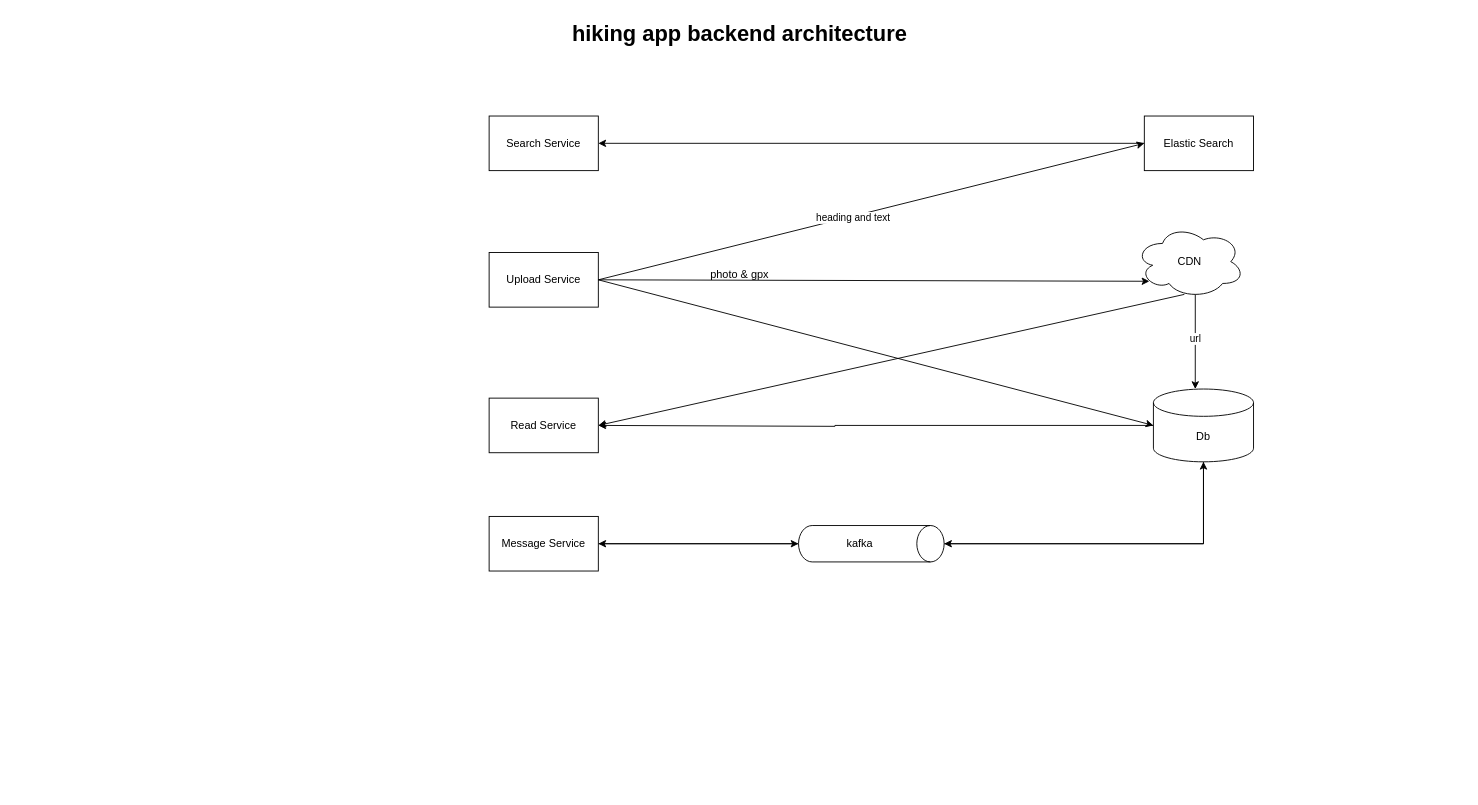
This is hiking_app.drawio from OneBucket/PumaAtLarge, a draw.io file, before an edit. Source tidied: cells renumbered, new cells numbered last; positions are measured from the earlier drawing's top-left corner, leaving out a move shared by most shapes. Both pictures are drawn from the tidied source at 91%, with x=0, y=0 at pixel (15, 15).
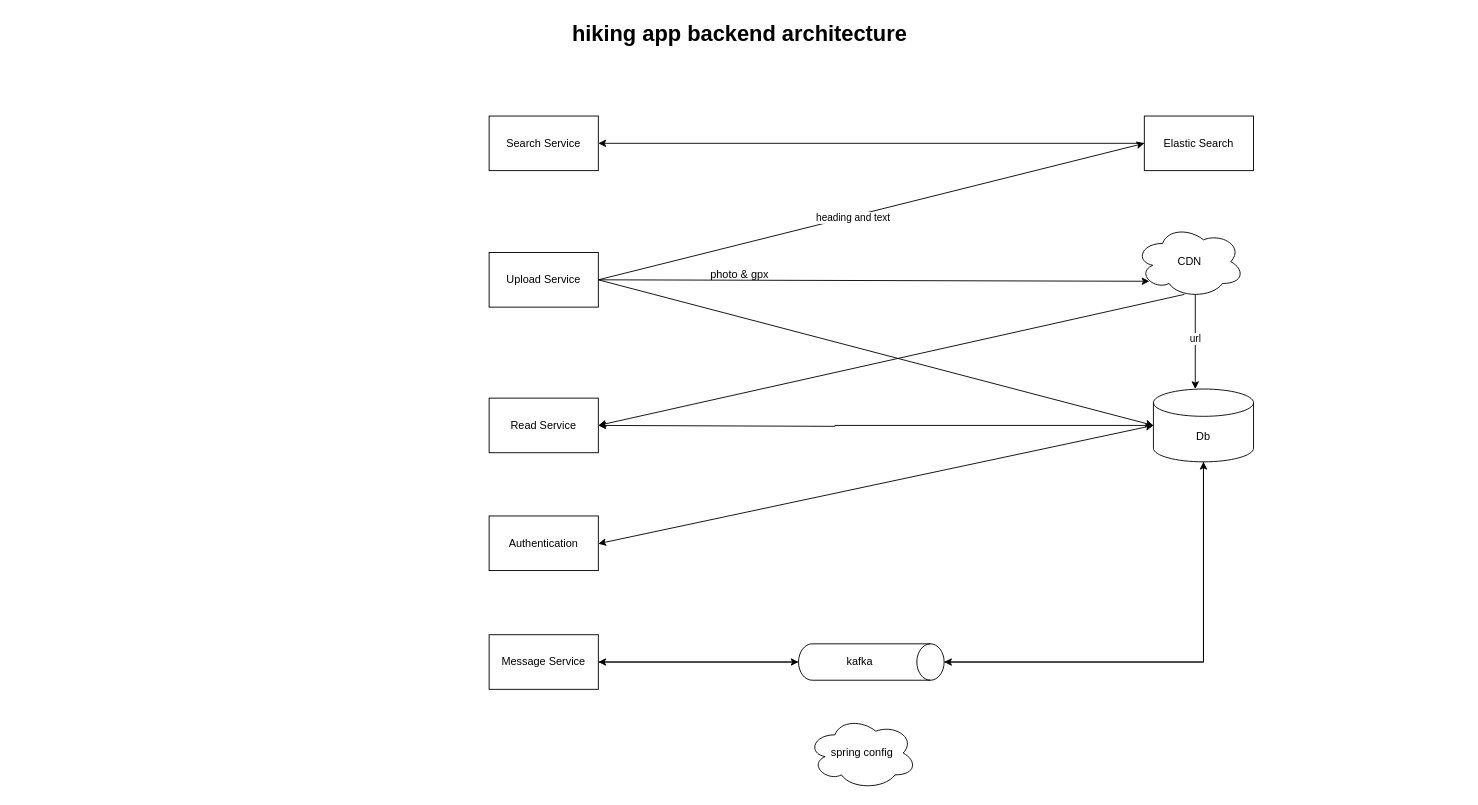
The same page after the edit.

Unchanged cells that the change refers to:
```xml
<mxCell id="5" value="Db" style="shape=cylinder3;whiteSpace=wrap;html=1;boundedLbl=1;backgroundOutline=1;size=15;" parent="1" vertex="1">
  <mxGeometry x="1250" y="410" width="110" height="80" as="geometry" />
</mxCell>
```

The edit, as a diff of the source:
```diff
@@
     <mxCell id="20" value="Message Service" style="rounded=0;whiteSpace=wrap;html=1;" parent="1" vertex="1">
-      <mxGeometry x="520" y="550" width="120" height="60" as="geometry" />
+      <mxGeometry x="520" y="680" width="120" height="60" as="geometry" />
     </mxCell>
@@
     <mxCell id="22" value="kafka" style="shape=cylinder3;whiteSpace=wrap;html=1;boundedLbl=1;backgroundOutline=1;size=15;direction=south;" parent="1" vertex="1">
-      <mxGeometry x="860" y="560" width="160" height="40" as="geometry" />
+      <mxGeometry x="860" y="690" width="160" height="40" as="geometry" />
     </mxCell>
@@
+    <mxCell id="25" value="Authentication" style="rounded=0;whiteSpace=wrap;html=1;" parent="1" vertex="1">
+      <mxGeometry x="520" y="549.5" width="120" height="60" as="geometry" />
+    </mxCell>
+    <mxCell id="26" style="endArrow=classic;startArrow=classic;html=1;rounded=0;entryX=0;entryY=0.5;entryDx=0;entryDy=0;entryPerimeter=0;" parent="1" edge="1" target="5">
+      <mxGeometry relative="1" as="geometry">
+        <mxPoint x="640" y="580" as="sourcePoint" />
+      </mxGeometry>
+    </mxCell>
+    <mxCell id="27" value="spring config" style="ellipse;shape=cloud;whiteSpace=wrap;html=1;" parent="1" vertex="1">
+      <mxGeometry x="870" y="770" width="120" height="80" as="geometry" />
+    </mxCell>
```
